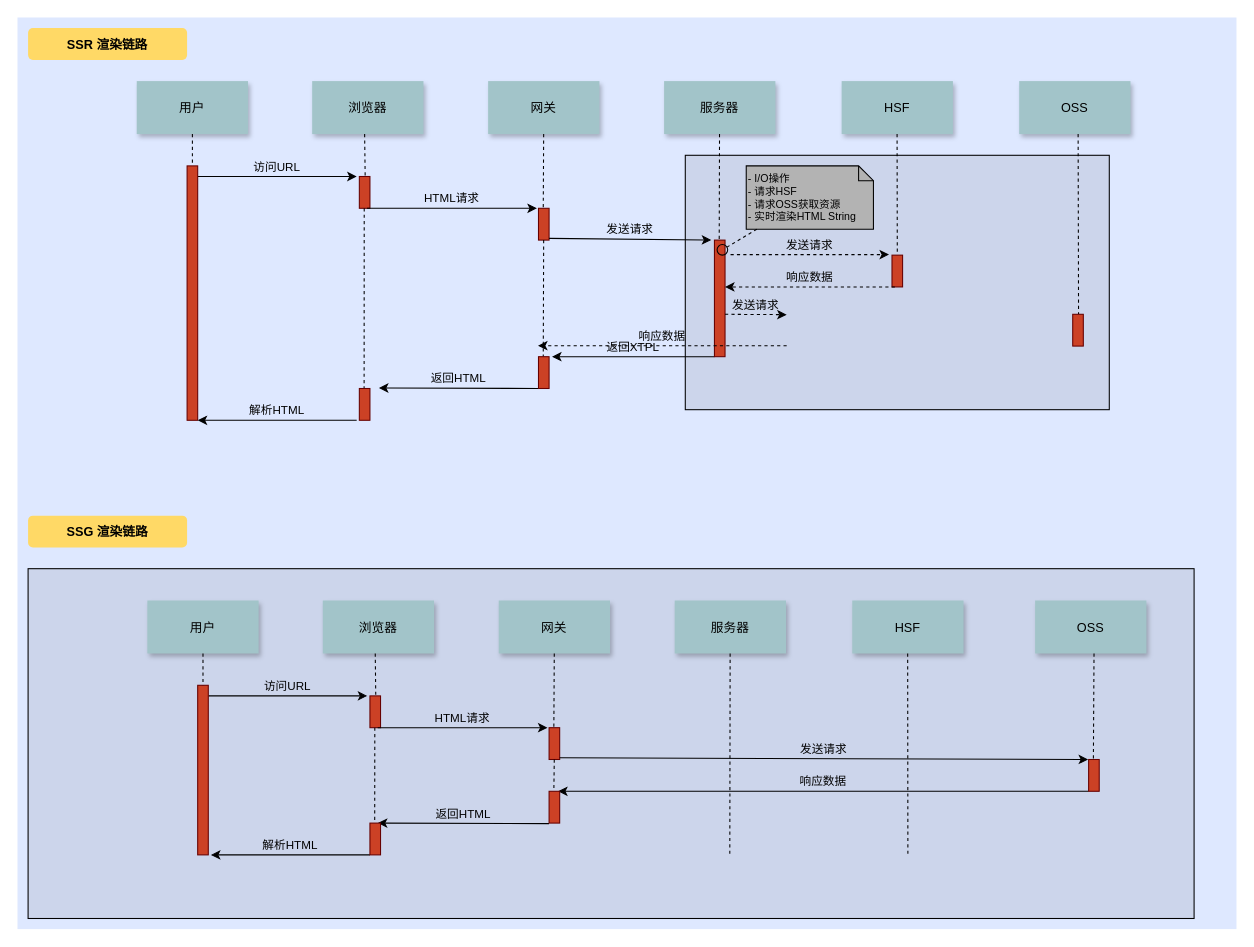
Above: SSG与SSR的差异.drawio in hjyue1/drawDoc (draw.io), before the change. Source tidied: cells renumbered, new cells numbered last; positions are measured from the earlier drawing's top-left corner, leaving out a move shared by most shapes. Both pictures are drawn from the tidied source at 106%, with x=0, y=0 at pixel (17, 17).
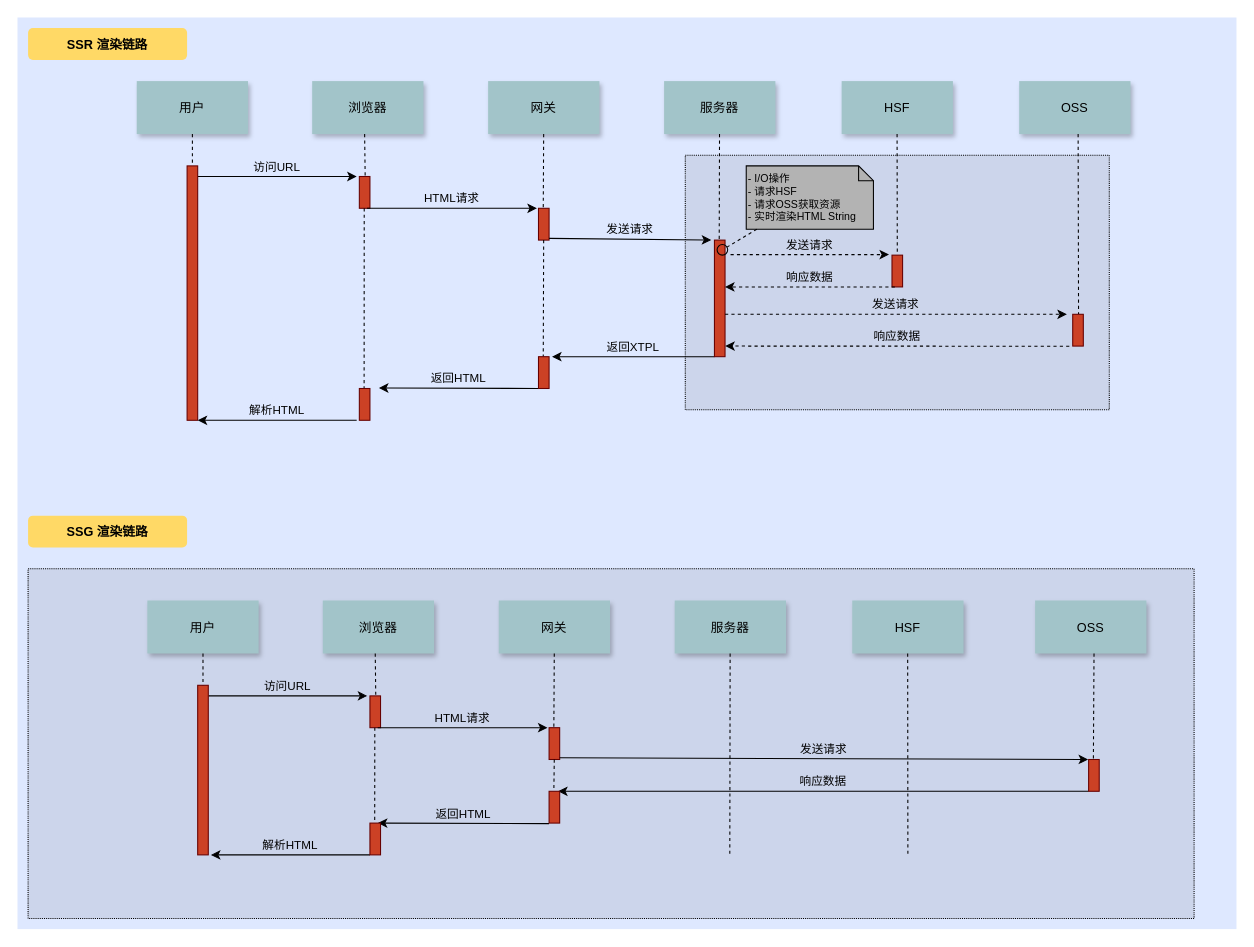
The same page after the edit.

Commit message (it also covers changes not shown here):
更新SSG与SSR的差异.drawio

The change refers to these unchanged cells:
```xml
<mxCell id="2" style="fillColor=#DEE8FF;strokeColor=none;" parent="1" vertex="1">
  <mxGeometry width="1150" height="860" as="geometry" />
</mxCell>
```

Change to the diagram source:
```diff
@@
-    <mxCell id="3" style="fillColor=#CCD5EB;" parent="1" vertex="1">
+    <mxCell id="3" style="fillColor=#CCD5EB;dashed=1;dashPattern=1 1;" parent="1" vertex="1">
       <mxGeometry x="630" y="130" width="400" height="240" as="geometry" />
     </mxCell>
-    <mxCell id="4" style="fillColor=#CCD5EB;" parent="1" vertex="1">
+    <mxCell id="4" style="fillColor=#CCD5EB;dashed=1;dashPattern=1 1;" parent="1" vertex="1">
       <mxGeometry x="10" y="520" width="1100" height="330" as="geometry" />
     </mxCell>
@@
-    <mxCell id="65" value="发送请求" style="edgeStyle=none;verticalLabelPosition=top;verticalAlign=bottom;labelBackgroundColor=none;dashed=1;entryX=0.631;entryY=0.326;entryDx=0;entryDy=0;entryPerimeter=0;" parent="1" edge="1" target="2">
+    <mxCell id="65" value="发送请求" style="edgeStyle=none;verticalLabelPosition=top;verticalAlign=bottom;labelBackgroundColor=none;dashed=1;entryX=0.9;entryY=0.625;entryDx=0;entryDy=0;entryPerimeter=0;" parent="1" edge="1" target="3">
       <mxGeometry x="-22.5" y="-1618" as="geometry">
         <mxPoint x="667.5" y="280" as="sourcePoint" />
       </mxGeometry>
     </mxCell>
@@
-    <mxCell id="67" value="响应数据" style="edgeStyle=none;verticalLabelPosition=top;verticalAlign=bottom;labelBackgroundColor=none;dashed=1;exitX=0.631;exitY=0.36;exitDx=0;exitDy=0;exitPerimeter=0;entryX=0.427;entryY=0.36;entryDx=0;entryDy=0;entryPerimeter=0;" parent="1" edge="1" source="2" target="2">
-      <mxGeometry x="677.5" y="-2428" as="geometry" />
+    <mxCell id="67" value="响应数据" style="edgeStyle=none;verticalLabelPosition=top;verticalAlign=bottom;labelBackgroundColor=none;dashed=1;exitX=0.631;exitY=0.36;exitDx=0;exitDy=0;exitPerimeter=0;entryX=0.1;entryY=0.708;entryDx=0;entryDy=0;entryPerimeter=0;" parent="1" edge="1">
+      <mxGeometry x="677.5" y="-2428" as="geometry">
+        <mxPoint x="992.3" y="310.1" as="sourcePoint" />
+        <mxPoint x="667.7" y="310" as="targetPoint" />
+      </mxGeometry>
     </mxCell>
```
